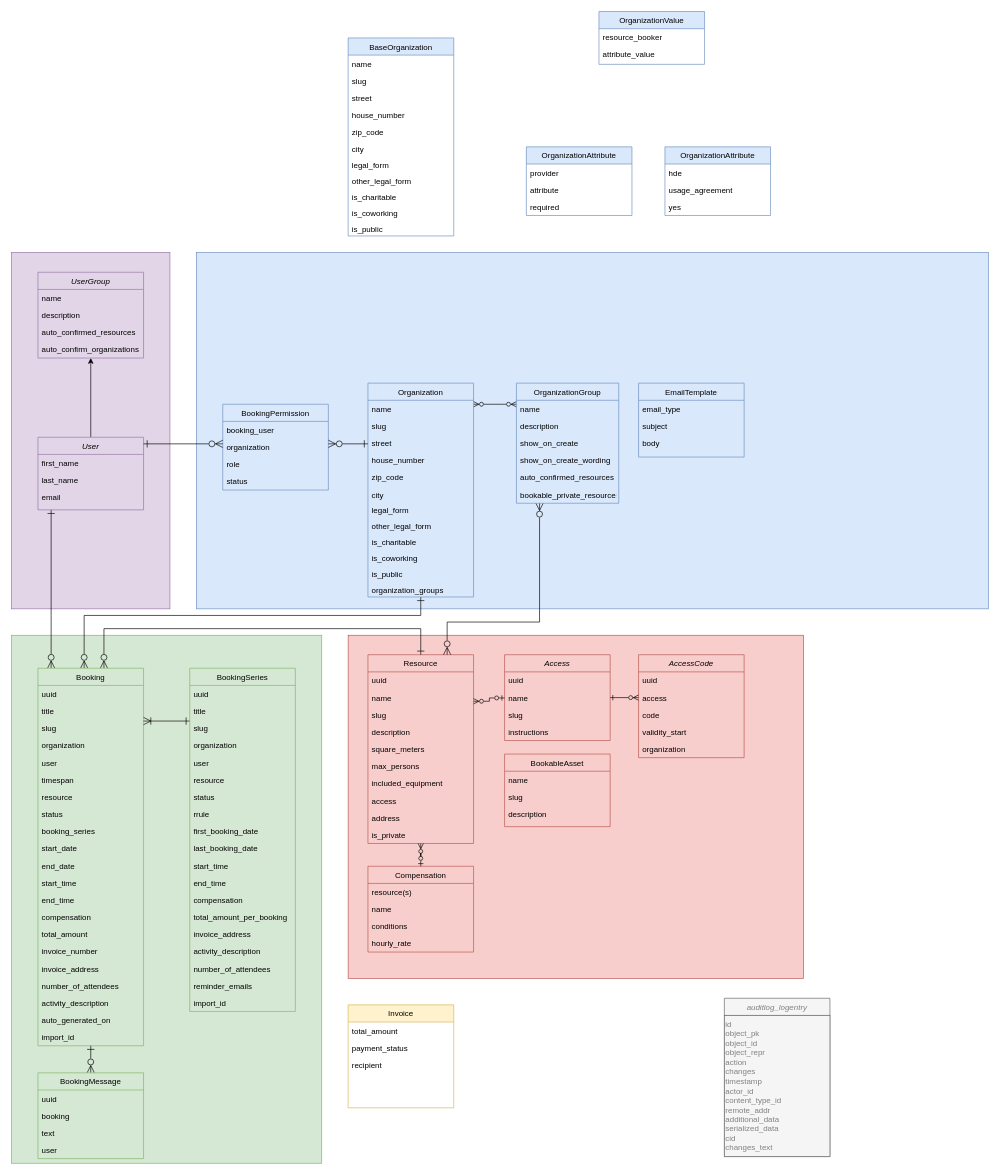
The draw.io diagram docs/modelling/erd-v1.4.2_update.drawio in Haus-des-Engagements/re-sharing, before the edit. Source tidied: cells renumbered, new cells numbered last; positions are measured from the earlier drawing's top-left corner, leaving out a move shared by most shapes. Both pictures are drawn from the tidied source at 66%, with x=0, y=0 at pixel (11, 11).
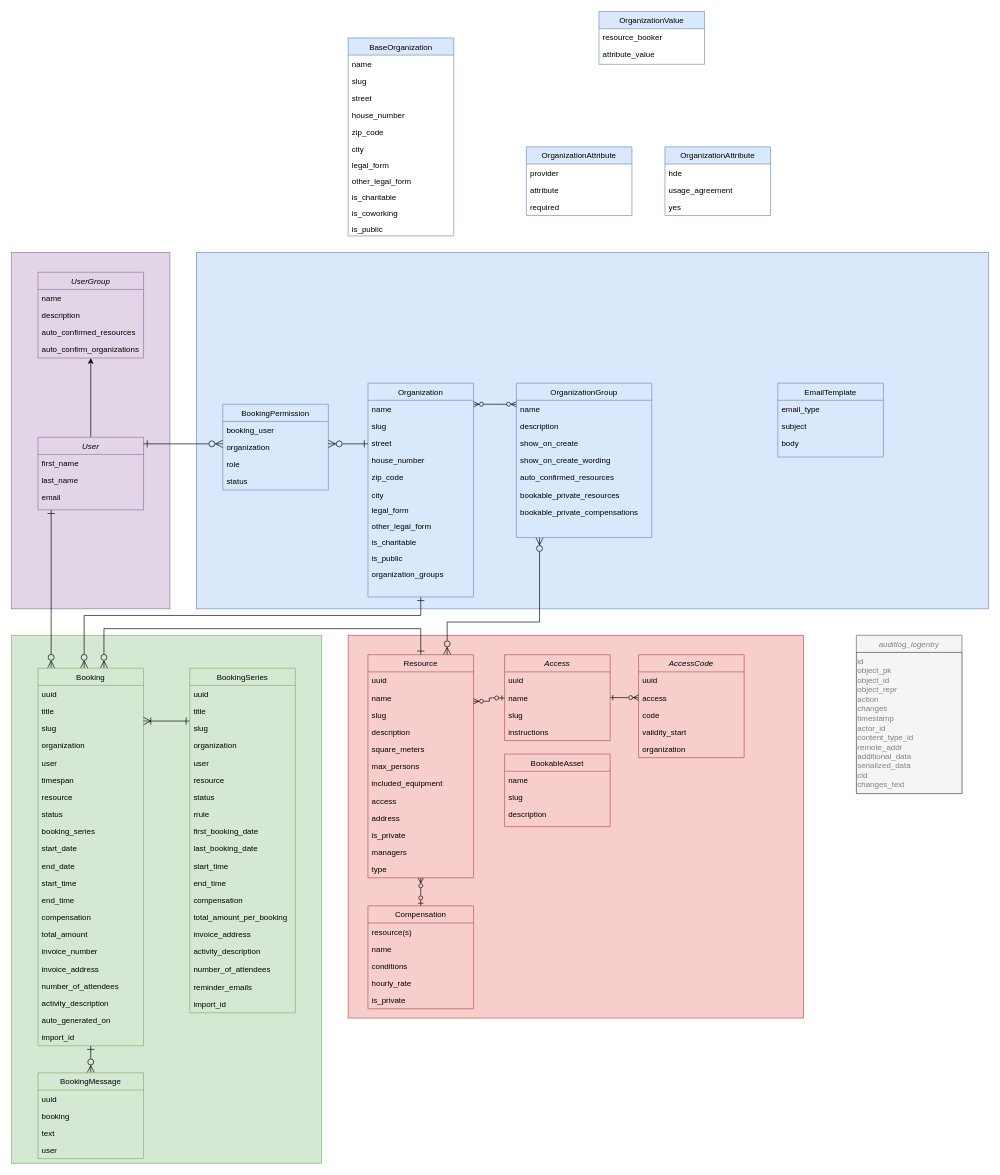
The same page after the edit.

Commit message (it also covers changes not shown here):
Set default selection for statuses and update ERD diagram.

The change refers to these unchanged cells:
```xml
<mxCell id="14" value="Organization" style="swimlane;fontStyle=0;align=center;verticalAlign=top;horizontal=1;startSize=26;rounded=0;shadow=0;strokeWidth=1;fillColor=#dae8fc;strokeColor=#6c8ebf;" parent="1" vertex="1">
  <mxGeometry x="540" y="563" width="160" height="324" as="geometry" />
</mxCell>
```

What changed in the source:
```diff
@@
     <mxCell id="3" style="whiteSpace=wrap;html=1;fillColor=#f8cecc;strokeColor=#b85450;" parent="1" vertex="1">
-      <mxGeometry x="510" y="945" width="690" height="520" as="geometry" />
+      <mxGeometry x="510" y="945" width="690" height="580" as="geometry" />
     </mxCell>
@@
-    <mxCell id="24" value="is_coworking" style="text;align=left;verticalAlign=top;spacingLeft=4;spacingRight=4;overflow=hidden;" parent="14" vertex="1">
-      <mxGeometry y="252" width="160" height="24" as="geometry" />
-    </mxCell>
     <mxCell id="25" value="is_public" style="text;align=left;verticalAlign=top;spacingLeft=4;spacingRight=4;overflow=hidden;" parent="14" vertex="1">
-      <mxGeometry y="276" width="160" height="24" as="geometry" />
+      <mxGeometry y="252" width="160" height="24" as="geometry" />
     </mxCell>
     <mxCell id="26" value="organization_groups" style="text;align=left;verticalAlign=top;spacingLeft=4;spacingRight=4;overflow=hidden;" parent="14" vertex="1">
-      <mxGeometry y="300" width="160" height="24" as="geometry" />
+      <mxGeometry y="276" width="160" height="24" as="geometry" />
     </mxCell>
     <mxCell id="27" value="Resource" style="swimlane;fontStyle=0;align=center;verticalAlign=top;horizontal=1;startSize=26;rounded=0;shadow=0;strokeWidth=1;fillColor=#f8cecc;strokeColor=#b85450;" parent="1" vertex="1">
-      <mxGeometry x="540" y="974.5" width="160" height="286" as="geometry" />
+      <mxGeometry x="540" y="974.5" width="160" height="338" as="geometry" />
     </mxCell>
@@
+    <mxCell id="164" value="managers" style="text;align=left;verticalAlign=top;spacingLeft=4;spacingRight=4;overflow=hidden;rounded=0;shadow=0;html=0;" parent="27" vertex="1">
+      <mxGeometry y="286" width="160" height="26" as="geometry" />
+    </mxCell>
+    <mxCell id="165" value="type" style="text;align=left;verticalAlign=top;spacingLeft=4;spacingRight=4;overflow=hidden;rounded=0;shadow=0;html=0;" parent="27" vertex="1">
+      <mxGeometry y="312" width="160" height="26" as="geometry" />
+    </mxCell>
@@
     <mxCell id="39" value="auditlog_logentry" style="swimlane;fontStyle=2;align=center;verticalAlign=top;horizontal=1;startSize=26;rounded=0;shadow=0;strokeWidth=1;fillColor=#f5f5f5;strokeColor=#666666;fontColor=#808080;" parent="1" vertex="1">
-      <mxGeometry x="1080" y="1495" width="160" height="240" as="geometry" />
+      <mxGeometry x="1280" y="945" width="160" height="240" as="geometry" />
     </mxCell>
@@
     <mxCell id="78" value="Compensation" style="swimlane;fontStyle=0;align=center;verticalAlign=top;horizontal=1;startSize=26;rounded=0;shadow=0;strokeWidth=1;fillColor=#f8cecc;strokeColor=#b85450;" parent="1" vertex="1">
-      <mxGeometry x="540" y="1295" width="160" height="130" as="geometry" />
+      <mxGeometry x="540" y="1355" width="160" height="156" as="geometry" />
     </mxCell>
@@
+    <mxCell id="166" value="is_private" style="text;align=left;verticalAlign=top;spacingLeft=4;spacingRight=4;overflow=hidden;rounded=0;shadow=0;html=0;" parent="78" vertex="1">
+      <mxGeometry y="130" width="160" height="26" as="geometry" />
+    </mxCell>
@@
     <mxCell id="96" value="BookingSeries" style="swimlane;fontStyle=0;align=center;verticalAlign=top;horizontal=1;startSize=26;rounded=0;shadow=0;strokeWidth=1;fillColor=#d5e8d4;strokeColor=#82b366;" parent="1" vertex="1">
-      <mxGeometry x="270" y="995" width="160" height="520" as="geometry" />
+      <mxGeometry x="270" y="995" width="160" height="522" as="geometry" />
     </mxCell>
@@
     <mxCell id="113" value="number_of_attendees" style="text;align=left;verticalAlign=top;spacingLeft=4;spacingRight=4;overflow=hidden;" parent="96" vertex="1">
-      <mxGeometry y="442" width="160" height="26" as="geometry" />
+      <mxGeometry y="442" width="160" height="28" as="geometry" />
     </mxCell>
     <mxCell id="114" value="reminder_emails" style="text;align=left;verticalAlign=top;spacingLeft=4;spacingRight=4;overflow=hidden;rounded=0;shadow=0;html=0;" parent="96" vertex="1">
-      <mxGeometry y="468" width="160" height="26" as="geometry" />
+      <mxGeometry y="470" width="160" height="26" as="geometry" />
     </mxCell>
     <mxCell id="115" value="import_id" style="text;align=left;verticalAlign=top;spacingLeft=4;spacingRight=4;overflow=hidden;" parent="96" vertex="1">
-      <mxGeometry y="494" width="160" height="26" as="geometry" />
+      <mxGeometry y="496" width="160" height="26" as="geometry" />
     </mxCell>
@@
-    <mxCell id="120" value="Invoice" style="swimlane;fontStyle=0;align=center;verticalAlign=top;horizontal=1;startSize=26;rounded=0;shadow=0;strokeWidth=1;fillColor=#fff2cc;strokeColor=#d6b656;" parent="1" vertex="1">
-      <mxGeometry x="510" y="1505" width="160" height="156" as="geometry" />
-    </mxCell>
-    <mxCell id="121" value="total_amount" style="text;align=left;verticalAlign=top;spacingLeft=4;spacingRight=4;overflow=hidden;rounded=0;shadow=0;html=0;" parent="120" vertex="1">
-      <mxGeometry y="26" width="160" height="26" as="geometry" />
-    </mxCell>
-    <mxCell id="122" value="payment_status" style="text;align=left;verticalAlign=top;spacingLeft=4;spacingRight=4;overflow=hidden;rounded=0;shadow=0;html=0;" parent="120" vertex="1">
-      <mxGeometry y="52" width="160" height="26" as="geometry" />
-    </mxCell>
-    <mxCell id="123" value="recipient" style="text;align=left;verticalAlign=top;spacingLeft=4;spacingRight=4;overflow=hidden;rounded=0;shadow=0;html=0;" parent="120" vertex="1">
-      <mxGeometry y="78" width="160" height="26" as="geometry" />
-    </mxCell>
@@
     <mxCell id="148" value="EmailTemplate" style="swimlane;fontStyle=0;align=center;verticalAlign=top;horizontal=1;startSize=26;rounded=0;shadow=0;strokeWidth=1;fillColor=#dae8fc;strokeColor=#6c8ebf;" parent="1" vertex="1">
-      <mxGeometry x="950" y="563" width="160" height="112" as="geometry" />
+      <mxGeometry x="1161" y="563" width="160" height="112" as="geometry" />
     </mxCell>
@@
     <mxCell id="152" value="OrganizationGroup" style="swimlane;fontStyle=0;align=center;verticalAlign=top;horizontal=1;startSize=26;rounded=0;shadow=0;strokeWidth=1;fillColor=#dae8fc;strokeColor=#6c8ebf;" parent="1" vertex="1">
-      <mxGeometry x="765" y="563" width="155" height="182" as="geometry" />
+      <mxGeometry x="765" y="563" width="205" height="234" as="geometry" />
     </mxCell>
     <mxCell id="153" value="name" style="text;align=left;verticalAlign=top;spacingLeft=4;spacingRight=4;overflow=hidden;" parent="152" vertex="1">
-      <mxGeometry y="26" width="155" height="26" as="geometry" />
+      <mxGeometry y="26" width="205" height="26" as="geometry" />
     </mxCell>
     <mxCell id="154" value="description" style="text;align=left;verticalAlign=top;spacingLeft=4;spacingRight=4;overflow=hidden;" parent="152" vertex="1">
-      <mxGeometry y="52" width="155" height="26" as="geometry" />
+      <mxGeometry y="52" width="205" height="26" as="geometry" />
     </mxCell>
     <mxCell id="155" value="show_on_create" style="text;align=left;verticalAlign=top;spacingLeft=4;spacingRight=4;overflow=hidden;" parent="152" vertex="1">
-      <mxGeometry y="78" width="155" height="26" as="geometry" />
+      <mxGeometry y="78" width="205" height="26" as="geometry" />
     </mxCell>
     <mxCell id="156" value="show_on_create_wording" style="text;align=left;verticalAlign=top;spacingLeft=4;spacingRight=4;overflow=hidden;" parent="152" vertex="1">
-      <mxGeometry y="104" width="155" height="26" as="geometry" />
+      <mxGeometry y="104" width="205" height="26" as="geometry" />
     </mxCell>
     <mxCell id="157" value="auto_confirmed_resources" style="text;align=left;verticalAlign=top;spacingLeft=4;spacingRight=4;overflow=hidden;" parent="152" vertex="1">
-      <mxGeometry y="130" width="155" height="26" as="geometry" />
+      <mxGeometry y="130" width="205" height="26" as="geometry" />
     </mxCell>
     <mxCell id="158" value="bookable_private_resources" style="text;align=left;verticalAlign=top;spacingLeft=4;spacingRight=4;overflow=hidden;" parent="152" vertex="1">
-      <mxGeometry y="156" width="155" height="26" as="geometry" />
+      <mxGeometry y="156" width="205" height="26" as="geometry" />
     </mxCell>
+    <mxCell id="167" value="bookable_private_compensations" style="text;align=left;verticalAlign=top;spacingLeft=4;spacingRight=4;overflow=hidden;" parent="152" vertex="1">
+      <mxGeometry y="182" width="205" height="26" as="geometry" />
+    </mxCell>
+    <mxCell id="168" style="text;align=left;verticalAlign=top;spacingLeft=4;spacingRight=4;overflow=hidden;" parent="152" vertex="1">
+      <mxGeometry y="208" width="205" height="26" as="geometry" />
+    </mxCell>
```
